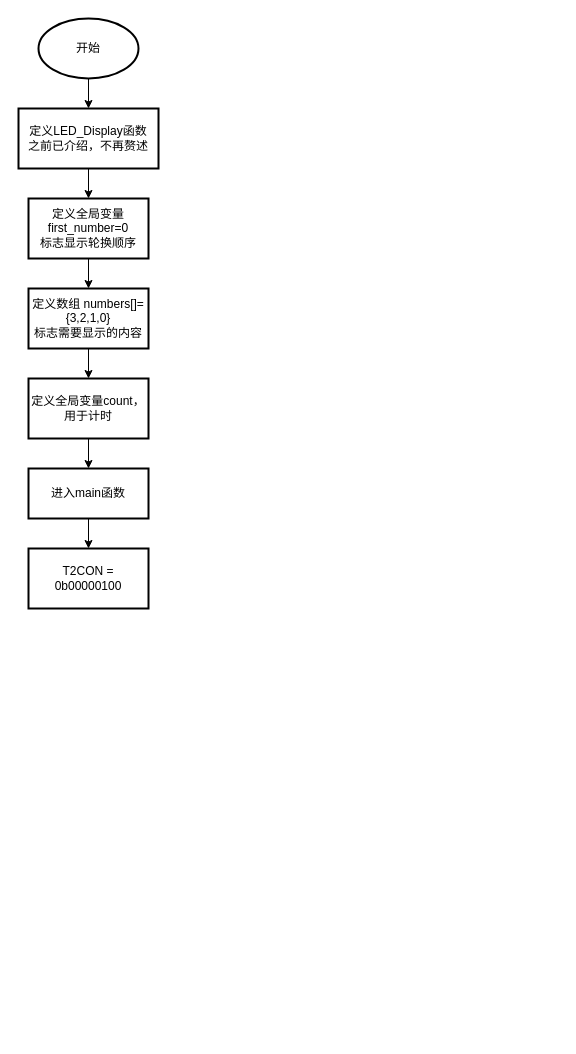
The draw.io diagram lab08.drawio in yangbc30/draw, before the edit. Source tidied: cells renumbered, new cells numbered last; positions are measured from the earlier drawing's top-left corner, leaving out a move shared by most shapes. Both pictures are drawn from the tidied source at 100%, with x=0, y=0 at pixel (18, 18).
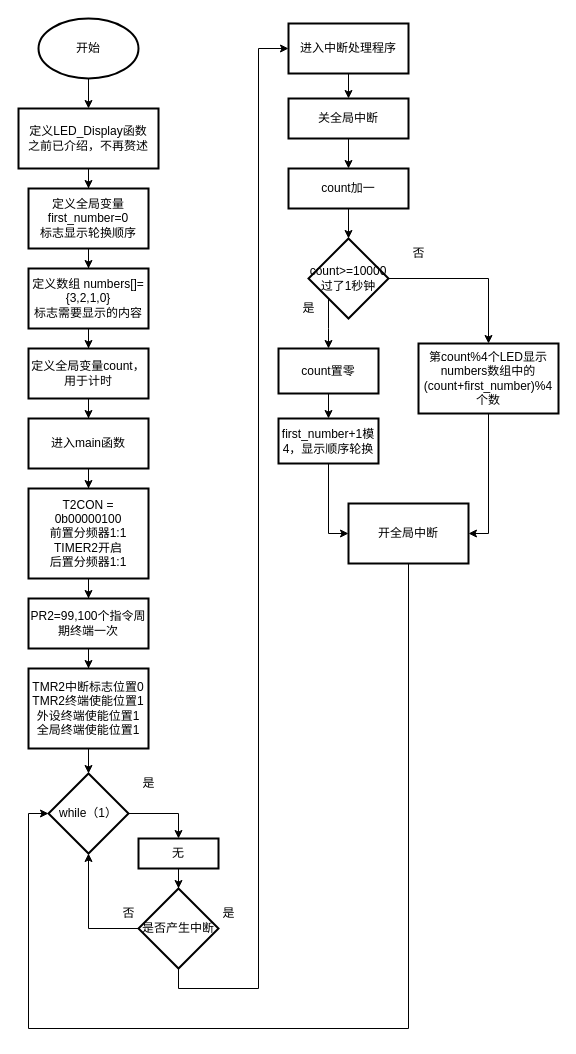
The same diagram, later.

The edit, as a diff of the source:
```diff
@@
     <mxCell id="7" value="定义全局变量first_number=0&lt;br&gt;标志显示轮换顺序" style="whiteSpace=wrap;html=1;strokeWidth=2;" parent="1" vertex="1">
-      <mxGeometry x="10" y="180" width="120" height="60" as="geometry" />
+      <mxGeometry x="10" y="170" width="120" height="60" as="geometry" />
     </mxCell>
@@
     <mxCell id="9" value="定义数组 numbers[]={3,2,1,0}&lt;br&gt;标志需要显示的内容" style="whiteSpace=wrap;html=1;strokeWidth=2;" parent="1" vertex="1">
-      <mxGeometry x="10" y="270" width="120" height="60" as="geometry" />
+      <mxGeometry x="10" y="250" width="120" height="60" as="geometry" />
     </mxCell>
@@
     <mxCell id="11" value="定义全局变量count，用于计时" style="whiteSpace=wrap;html=1;strokeWidth=2;" parent="1" vertex="1">
-      <mxGeometry x="10" y="360" width="120" height="60" as="geometry" />
+      <mxGeometry x="10" y="330" width="120" height="50" as="geometry" />
     </mxCell>
@@
     <mxCell id="13" value="进入main函数" style="whiteSpace=wrap;html=1;strokeWidth=2;" parent="1" vertex="1">
-      <mxGeometry x="10" y="450" width="120" height="50" as="geometry" />
+      <mxGeometry x="10" y="400" width="120" height="50" as="geometry" />
     </mxCell>
+    <mxCell id="15" style="edgeStyle=orthogonalEdgeStyle;rounded=0;jettySize=auto;html=1;" parent="1" edge="1" source="14" target="17">
+      <mxGeometry relative="1" as="geometry" />
+    </mxCell>
-    <mxCell id="14" value="T2CON = 0b00000100&lt;br&gt;" style="whiteSpace=wrap;html=1;strokeWidth=2;" parent="1" vertex="1">
-      <mxGeometry x="10" y="530" width="120" height="60" as="geometry" />
+    <mxCell id="14" value="T2CON = 0b00000100&lt;br&gt;前置分频器1:1&lt;br&gt;TIMER2开启&lt;br&gt;后置分频器1:1" style="whiteSpace=wrap;html=1;strokeWidth=2;" parent="1" vertex="1">
+      <mxGeometry x="10" y="470" width="120" height="90" as="geometry" />
     </mxCell>
+    <mxCell id="16" style="edgeStyle=orthogonalEdgeStyle;rounded=0;jettySize=auto;html=1;" parent="1" edge="1" source="17" target="19">
+      <mxGeometry relative="1" as="geometry" />
+    </mxCell>
+    <mxCell id="17" value="PR2=99,100个指令周期终端一次" style="whiteSpace=wrap;html=1;strokeWidth=2;" parent="1" vertex="1">
+      <mxGeometry x="10" y="580" width="120" height="50" as="geometry" />
+    </mxCell>
+    <mxCell id="18" style="edgeStyle=orthogonalEdgeStyle;rounded=0;jettySize=auto;html=1;" parent="1" edge="1" source="19" target="21">
+      <mxGeometry relative="1" as="geometry" />
+    </mxCell>
+    <mxCell id="19" value="TMR2中断标志位置0&lt;br&gt;TMR2终端使能位置1&lt;br&gt;外设终端使能位置1&lt;br&gt;全局终端使能位置1" style="whiteSpace=wrap;html=1;strokeWidth=2;" parent="1" vertex="1">
+      <mxGeometry x="10" y="650" width="120" height="80" as="geometry" />
+    </mxCell>
+    <mxCell id="20" style="edgeStyle=orthogonalEdgeStyle;rounded=0;jettySize=auto;html=1;" parent="1" edge="1" source="21" target="24">
+      <mxGeometry relative="1" as="geometry">
+        <Array as="points">
+          <mxPoint x="160" y="795" />
+        </Array>
+      </mxGeometry>
+    </mxCell>
+    <mxCell id="21" value="while（1）" style="rhombus;whiteSpace=wrap;html=1;strokeWidth=2;" parent="1" vertex="1">
+      <mxGeometry x="30" y="755" width="80" height="80" as="geometry" />
+    </mxCell>
+    <mxCell id="22" value="是" style="text;html=1;align=center;verticalAlign=middle;strokeColor=none;fillColor=none;" parent="1" vertex="1">
+      <mxGeometry x="110" y="750" width="40" height="30" as="geometry" />
+    </mxCell>
+    <mxCell id="23" style="edgeStyle=orthogonalEdgeStyle;rounded=0;jettySize=auto;html=1;" parent="1" edge="1" source="24" target="27">
+      <mxGeometry relative="1" as="geometry" />
+    </mxCell>
+    <mxCell id="24" value="无" style="whiteSpace=wrap;html=1;strokeWidth=2;" parent="1" vertex="1">
+      <mxGeometry x="120" y="820" width="80" height="30" as="geometry" />
+    </mxCell>
+    <mxCell id="25" style="edgeStyle=orthogonalEdgeStyle;rounded=0;jettySize=auto;html=1;entryX=0.5;entryY=1;entryDx=0;entryDy=0;" parent="1" edge="1" source="27" target="21">
+      <mxGeometry relative="1" as="geometry" />
+    </mxCell>
+    <mxCell id="26" style="edgeStyle=orthogonalEdgeStyle;rounded=0;jettySize=auto;html=1;" parent="1" edge="1" source="27" target="31">
+      <mxGeometry relative="1" as="geometry">
+        <Array as="points">
+          <mxPoint x="160" y="970" />
+          <mxPoint x="240" y="970" />
+          <mxPoint x="240" y="30" />
+        </Array>
+      </mxGeometry>
+    </mxCell>
+    <mxCell id="27" value="是否产生中断" style="rhombus;whiteSpace=wrap;html=1;strokeWidth=2;" parent="1" vertex="1">
+      <mxGeometry x="120" y="870" width="80" height="80" as="geometry" />
+    </mxCell>
+    <mxCell id="28" value="是" style="text;html=1;align=center;verticalAlign=middle;strokeColor=none;fillColor=none;" parent="1" vertex="1">
+      <mxGeometry x="190" y="880" width="40" height="30" as="geometry" />
+    </mxCell>
+    <mxCell id="29" value="否" style="text;html=1;align=center;verticalAlign=middle;strokeColor=none;fillColor=none;" parent="1" vertex="1">
+      <mxGeometry x="90" y="880" width="40" height="30" as="geometry" />
+    </mxCell>
+    <mxCell id="30" style="edgeStyle=orthogonalEdgeStyle;rounded=0;jettySize=auto;html=1;" parent="1" edge="1" source="31" target="33">
+      <mxGeometry relative="1" as="geometry" />
+    </mxCell>
+    <mxCell id="31" value="进入中断处理程序" style="whiteSpace=wrap;html=1;strokeWidth=2;" parent="1" vertex="1">
+      <mxGeometry x="270" y="5" width="120" height="50" as="geometry" />
+    </mxCell>
+    <mxCell id="32" style="edgeStyle=orthogonalEdgeStyle;rounded=0;jettySize=auto;html=1;" parent="1" edge="1" source="33" target="35">
+      <mxGeometry relative="1" as="geometry" />
+    </mxCell>
+    <mxCell id="33" value="关全局中断" style="whiteSpace=wrap;html=1;strokeWidth=2;" parent="1" vertex="1">
+      <mxGeometry x="270" y="80" width="120" height="40" as="geometry" />
+    </mxCell>
+    <mxCell id="34" style="edgeStyle=orthogonalEdgeStyle;rounded=0;jettySize=auto;html=1;" parent="1" edge="1" source="35" target="38">
+      <mxGeometry relative="1" as="geometry" />
+    </mxCell>
+    <mxCell id="35" value="count加一" style="whiteSpace=wrap;html=1;strokeWidth=2;" parent="1" vertex="1">
+      <mxGeometry x="270" y="150" width="120" height="40" as="geometry" />
+    </mxCell>
+    <mxCell id="36" style="edgeStyle=orthogonalEdgeStyle;rounded=0;jettySize=auto;html=1;" parent="1" edge="1" source="38" target="40">
+      <mxGeometry relative="1" as="geometry">
+        <Array as="points">
+          <mxPoint x="310" y="310" />
+          <mxPoint x="310" y="310" />
+        </Array>
+      </mxGeometry>
+    </mxCell>
+    <mxCell id="37" style="edgeStyle=orthogonalEdgeStyle;rounded=0;jettySize=auto;html=1;" parent="1" edge="1" source="38" target="46">
+      <mxGeometry relative="1" as="geometry" />
+    </mxCell>
+    <mxCell id="38" value="count&amp;gt;=10000&lt;br&gt;过了1秒钟" style="rhombus;whiteSpace=wrap;html=1;strokeWidth=2;" parent="1" vertex="1">
+      <mxGeometry x="290" y="220" width="80" height="80" as="geometry" />
+    </mxCell>
+    <mxCell id="39" style="edgeStyle=orthogonalEdgeStyle;rounded=0;jettySize=auto;html=1;" parent="1" edge="1" source="40" target="42">
+      <mxGeometry relative="1" as="geometry" />
+    </mxCell>
+    <mxCell id="40" value="count置零" style="whiteSpace=wrap;html=1;strokeWidth=2;" parent="1" vertex="1">
+      <mxGeometry x="260" y="330" width="100" height="45" as="geometry" />
+    </mxCell>
+    <mxCell id="41" style="edgeStyle=orthogonalEdgeStyle;rounded=0;jettySize=auto;html=1;entryX=0;entryY=0.5;entryDx=0;entryDy=0;" parent="1" edge="1" source="42" target="48">
+      <mxGeometry relative="1" as="geometry" />
+    </mxCell>
+    <mxCell id="42" value="first_number+1模4，显示顺序轮换" style="whiteSpace=wrap;html=1;strokeWidth=2;" parent="1" vertex="1">
+      <mxGeometry x="260" y="400" width="100" height="45" as="geometry" />
+    </mxCell>
+    <mxCell id="43" value="是" style="text;html=1;align=center;verticalAlign=middle;strokeColor=none;fillColor=none;" parent="1" vertex="1">
+      <mxGeometry x="270" y="275" width="40" height="30" as="geometry" />
+    </mxCell>
+    <mxCell id="44" value="否" style="text;html=1;align=center;verticalAlign=middle;strokeColor=none;fillColor=none;" parent="1" vertex="1">
+      <mxGeometry x="380" y="220" width="40" height="30" as="geometry" />
+    </mxCell>
+    <mxCell id="45" style="edgeStyle=orthogonalEdgeStyle;rounded=0;jettySize=auto;html=1;entryX=1;entryY=0.5;entryDx=0;entryDy=0;" parent="1" edge="1" source="46" target="48">
+      <mxGeometry relative="1" as="geometry" />
+    </mxCell>
+    <mxCell id="46" value="第count%4个LED显示numbers数组中的(count+first_number)%4个数" style="whiteSpace=wrap;html=1;strokeWidth=2;" parent="1" vertex="1">
+      <mxGeometry x="400" y="325" width="140" height="70" as="geometry" />
+    </mxCell>
+    <mxCell id="47" style="edgeStyle=orthogonalEdgeStyle;rounded=0;jettySize=auto;html=1;entryX=0;entryY=0.5;entryDx=0;entryDy=0;" parent="1" edge="1" source="48" target="21">
+      <mxGeometry relative="1" as="geometry">
+        <Array as="points">
+          <mxPoint x="390" y="1010" />
+          <mxPoint x="10" y="1010" />
+          <mxPoint x="10" y="795" />
+        </Array>
+      </mxGeometry>
+    </mxCell>
+    <mxCell id="48" value="开全局中断" style="whiteSpace=wrap;html=1;strokeWidth=2;" parent="1" vertex="1">
+      <mxGeometry x="330" y="485" width="120" height="60" as="geometry" />
+    </mxCell>
```
